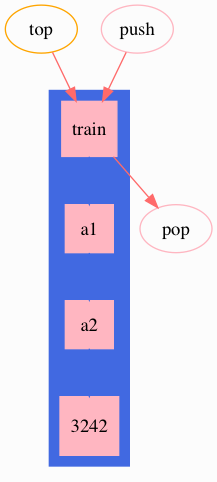
Earlier version of the Graphviz export DotExamples/stack.png (arafatkatze/DataViz). Its source is kept beside it as DotExamples/stack.dot.
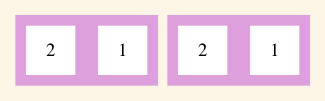
Above is the later version.

The edit, as a diff of the source:
```diff
@@ -1,14 +1,9 @@
-digraph G {bgcolor=grey99;subgraph cluster_0 {style=filled;color=royalblue;node [style=filled,color=white, shape="rect"];
-    a0[fillcolor=lightpink,color=lightpink, style=filled, shape="square",label="train"];
-    a1[fillcolor=lightpink,color=lightpink, style=filled, shape="square"];
-    a2[fillcolor=lightpink,color=lightpink, style=filled, shape="square"];
-    3242[fillcolor=lightpink,color=lightpink, style=filled, shape="square"];
-		a0->a1->a2->3242[color=royalblue];
-	}
-	top[color=orange];
-	push[color=lightpink];
-	pop[color=lightpink];
-  top->a0[color=indianred1];
-  a0->pop[color=indianred1];
-  push->a0[color=indianred1];
+digraph G{bgcolor=oldlace;
+subgraph cluster_0{style=filled;color=plum;
+node [style=filled,color=white, shape="Msquare"];
+0[label="1"];
+1[label="2"];};
+subgraph cluster_1{style=filled;color=plum;node [style=filled,color=white, shape="Msquare"];
+2[label="1"];
+3[label="2"];};
 }
```
